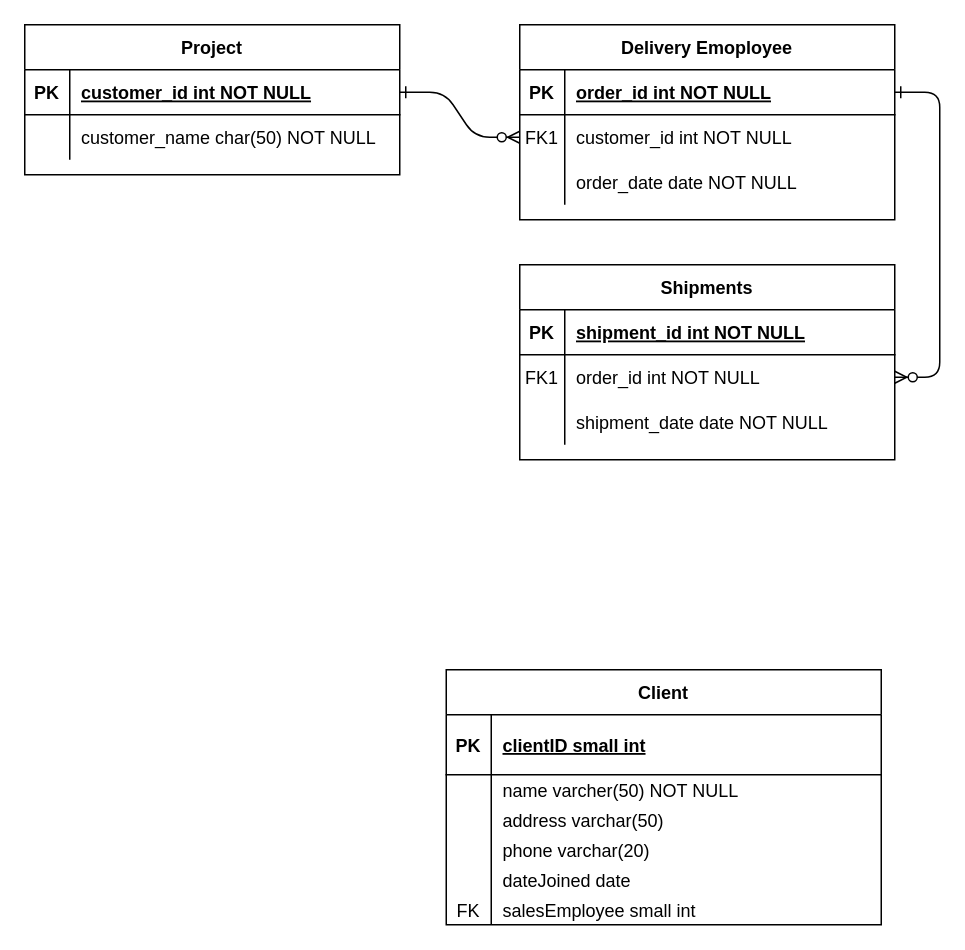
Earlier version of the draw.io diagram Untitled Diagram.drawio (leeservice/sql_kainos_academy). Source tidied: cells renumbered, new cells numbered last; positions are measured from the earlier drawing's top-left corner, leaving out a move shared by most shapes. Both pictures are drawn from the tidied source at 150%, with x=0, y=0 at pixel (24, 24).
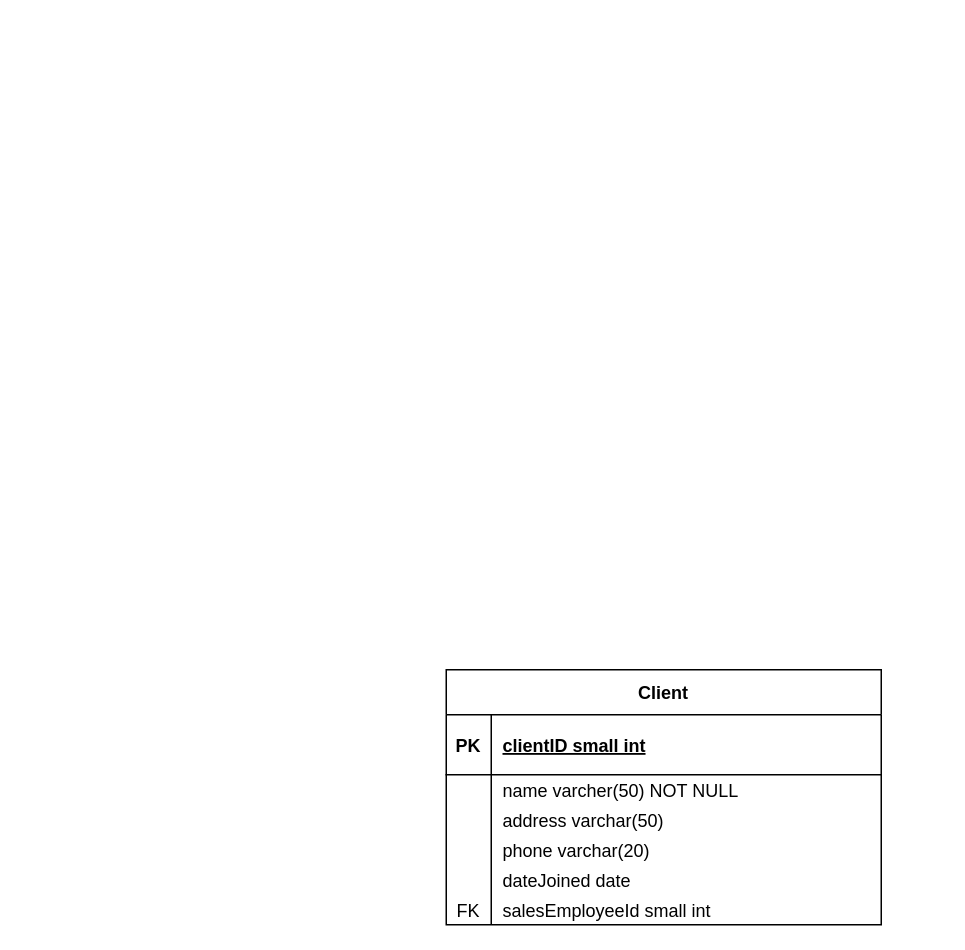
The same page after the edit.

The change refers to these unchanged cells:
```xml
<mxCell id="47" style="shape=partialRectangle;fillColor=none;top=0;left=0;right=0;bottom=0;" parent="31" vertex="1">
  <mxGeometry y="150" width="290" height="20" as="geometry" />
</mxCell>
```

What changed in the source:
```diff
@@
-    <mxCell id="2" style="edgeStyle=entityRelationEdgeStyle;endArrow=ERzeroToMany;startArrow=ERone;endFill=1;startFill=0;" parent="1" edge="1" source="25" target="8">
-      <mxGeometry relative="1" as="geometry" />
-    </mxCell>
-    <mxCell id="3" style="edgeStyle=entityRelationEdgeStyle;endArrow=ERzeroToMany;startArrow=ERone;endFill=1;startFill=0;" parent="1" edge="1" source="5" target="18">
-      <mxGeometry relative="1" as="geometry" />
-    </mxCell>
-    <mxCell id="4" value="Delivery Emoployee" style="shape=table;startSize=30;childLayout=tableLayout;rowLines=0;fontStyle=1;align=center;" parent="1" vertex="1">
-      <mxGeometry x="330" width="250" height="130" as="geometry" />
-    </mxCell>
-    <mxCell id="5" style="shape=partialRectangle;fillColor=none;points=[[0,0.5],[1,0.5]];portConstraint=eastwest;top=0;left=0;right=0;bottom=1;" parent="4" vertex="1">
-      <mxGeometry y="30" width="250" height="30" as="geometry" />
-    </mxCell>
-    <mxCell id="6" value="PK" style="shape=partialRectangle;overflow=hidden;fillColor=none;top=0;left=0;bottom=0;right=0;fontStyle=1;" parent="5" vertex="1">
-      <mxGeometry width="30" height="30" as="geometry" />
-    </mxCell>
-    <mxCell id="7" value="order_id int NOT NULL " style="shape=partialRectangle;overflow=hidden;fillColor=none;top=0;left=0;bottom=0;right=0;align=left;spacingLeft=6;fontStyle=5;" parent="5" vertex="1">
-      <mxGeometry x="30" width="220" height="30" as="geometry" />
-    </mxCell>
-    <mxCell id="8" style="shape=partialRectangle;fillColor=none;points=[[0,0.5],[1,0.5]];portConstraint=eastwest;top=0;left=0;right=0;bottom=0;" parent="4" vertex="1">
-      <mxGeometry y="60" width="250" height="30" as="geometry" />
-    </mxCell>
-    <mxCell id="9" value="FK1" style="shape=partialRectangle;overflow=hidden;fillColor=none;top=0;left=0;bottom=0;right=0;" parent="8" vertex="1">
-      <mxGeometry width="30" height="30" as="geometry" />
-    </mxCell>
-    <mxCell id="10" value="customer_id int NOT NULL" style="shape=partialRectangle;overflow=hidden;fillColor=none;top=0;left=0;bottom=0;right=0;align=left;spacingLeft=6;" parent="8" vertex="1">
-      <mxGeometry x="30" width="220" height="30" as="geometry" />
-    </mxCell>
-    <mxCell id="11" style="shape=partialRectangle;fillColor=none;top=0;left=0;right=0;bottom=0;" parent="4" vertex="1">
-      <mxGeometry y="90" width="250" height="30" as="geometry" />
-    </mxCell>
-    <mxCell id="12" style="shape=partialRectangle;overflow=hidden;fillColor=none;top=0;left=0;bottom=0;right=0;" parent="11" vertex="1">
-      <mxGeometry width="30" height="30" as="geometry" />
-    </mxCell>
-    <mxCell id="13" value="order_date date NOT NULL" style="shape=partialRectangle;overflow=hidden;fillColor=none;top=0;left=0;bottom=0;right=0;align=left;spacingLeft=6;" parent="11" vertex="1">
-      <mxGeometry x="30" width="220" height="30" as="geometry" />
-    </mxCell>
-    <mxCell id="14" value="Shipments" style="shape=table;startSize=30;childLayout=tableLayout;rowLines=0;fontStyle=1;align=center;" parent="1" vertex="1">
-      <mxGeometry x="330" y="160" width="250" height="130" as="geometry" />
-    </mxCell>
-    <mxCell id="15" style="shape=partialRectangle;fillColor=none;top=0;left=0;right=0;bottom=1;" parent="14" vertex="1">
-      <mxGeometry y="30" width="250" height="30" as="geometry" />
-    </mxCell>
-    <mxCell id="16" value="PK" style="shape=partialRectangle;overflow=hidden;fillColor=none;top=0;left=0;bottom=0;right=0;fontStyle=1;" parent="15" vertex="1">
-      <mxGeometry width="30" height="30" as="geometry" />
-    </mxCell>
-    <mxCell id="17" value="shipment_id int NOT NULL " style="shape=partialRectangle;overflow=hidden;fillColor=none;top=0;left=0;bottom=0;right=0;align=left;spacingLeft=6;fontStyle=5;" parent="15" vertex="1">
-      <mxGeometry x="30" width="220" height="30" as="geometry" />
-    </mxCell>
-    <mxCell id="18" style="shape=partialRectangle;fillColor=none;points=[[0,0.5],[1,0.5]];portConstraint=eastwest;top=0;left=0;right=0;bottom=0;" parent="14" vertex="1">
-      <mxGeometry y="60" width="250" height="30" as="geometry" />
-    </mxCell>
-    <mxCell id="19" value="FK1" style="shape=partialRectangle;overflow=hidden;fillColor=none;top=0;left=0;bottom=0;right=0;" parent="18" vertex="1">
-      <mxGeometry width="30" height="30" as="geometry" />
-    </mxCell>
-    <mxCell id="20" value="order_id int NOT NULL" style="shape=partialRectangle;overflow=hidden;fillColor=none;top=0;left=0;bottom=0;right=0;align=left;spacingLeft=6;" parent="18" vertex="1">
-      <mxGeometry x="30" width="220" height="30" as="geometry" />
-    </mxCell>
-    <mxCell id="21" style="shape=partialRectangle;fillColor=none;top=0;left=0;right=0;bottom=0;" parent="14" vertex="1">
-      <mxGeometry y="90" width="250" height="30" as="geometry" />
-    </mxCell>
-    <mxCell id="22" style="shape=partialRectangle;overflow=hidden;fillColor=none;top=0;left=0;bottom=0;right=0;" parent="21" vertex="1">
-      <mxGeometry width="30" height="30" as="geometry" />
-    </mxCell>
-    <mxCell id="23" value="shipment_date date NOT NULL" style="shape=partialRectangle;overflow=hidden;fillColor=none;top=0;left=0;bottom=0;right=0;align=left;spacingLeft=6;" parent="21" vertex="1">
-      <mxGeometry x="30" width="220" height="30" as="geometry" />
-    </mxCell>
-    <mxCell id="24" value="Project" style="shape=table;startSize=30;childLayout=tableLayout;rowLines=0;fontStyle=1;align=center;" parent="1" vertex="1">
-      <mxGeometry width="250" height="100" as="geometry" />
-    </mxCell>
-    <mxCell id="25" style="shape=partialRectangle;fillColor=none;points=[[0,0.5],[1,0.5]];portConstraint=eastwest;top=0;left=0;right=0;bottom=1;" parent="24" vertex="1">
-      <mxGeometry y="30" width="250" height="30" as="geometry" />
-    </mxCell>
-    <mxCell id="26" value="PK" style="shape=partialRectangle;overflow=hidden;fillColor=none;top=0;left=0;bottom=0;right=0;fontStyle=1;" parent="25" vertex="1">
-      <mxGeometry width="30" height="30" as="geometry" />
-    </mxCell>
-    <mxCell id="27" value="customer_id int NOT NULL " style="shape=partialRectangle;overflow=hidden;fillColor=none;top=0;left=0;bottom=0;right=0;align=left;spacingLeft=6;fontStyle=5;" parent="25" vertex="1">
-      <mxGeometry x="30" width="220" height="30" as="geometry" />
-    </mxCell>
-    <mxCell id="28" style="shape=partialRectangle;fillColor=none;top=0;left=0;right=0;bottom=0;" parent="24" vertex="1">
-      <mxGeometry y="60" width="250" height="30" as="geometry" />
-    </mxCell>
-    <mxCell id="29" style="shape=partialRectangle;overflow=hidden;fillColor=none;top=0;left=0;bottom=0;right=0;" parent="28" vertex="1">
-      <mxGeometry width="30" height="30" as="geometry" />
-    </mxCell>
-    <mxCell id="30" value="customer_name char(50) NOT NULL" style="shape=partialRectangle;overflow=hidden;fillColor=none;top=0;left=0;bottom=0;right=0;align=left;spacingLeft=6;" parent="28" vertex="1">
-      <mxGeometry x="30" width="220" height="30" as="geometry" />
-    </mxCell>
@@
-    <mxCell id="49" value="salesEmployee small int " style="shape=partialRectangle;overflow=hidden;fillColor=none;top=0;left=0;bottom=0;right=0;align=left;spacingLeft=6;" parent="47" vertex="1">
+    <mxCell id="49" value="salesEmployeeId small int " style="shape=partialRectangle;overflow=hidden;fillColor=none;top=0;left=0;bottom=0;right=0;align=left;spacingLeft=6;" parent="47" vertex="1">
       <mxGeometry x="30" width="260" height="20" as="geometry" />
     </mxCell>
```
